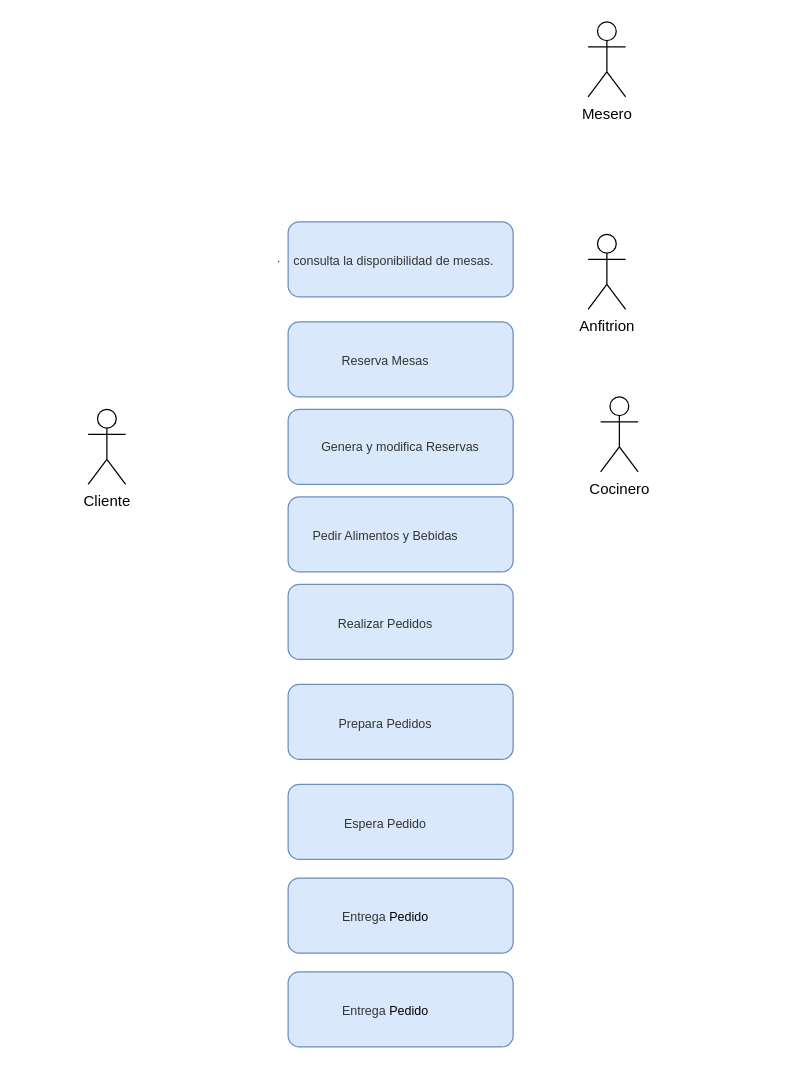
Before: Diagrama sin título.drawio in AlexAntonio29/PracticasProgramacion, a draw.io diagram. Source tidied: cells renumbered, new cells numbered last; positions are measured from the earlier drawing's top-left corner, leaving out a move shared by most shapes. Both pictures are drawn from the tidied source at 125%, with x=0, y=0 at pixel (88, 21).
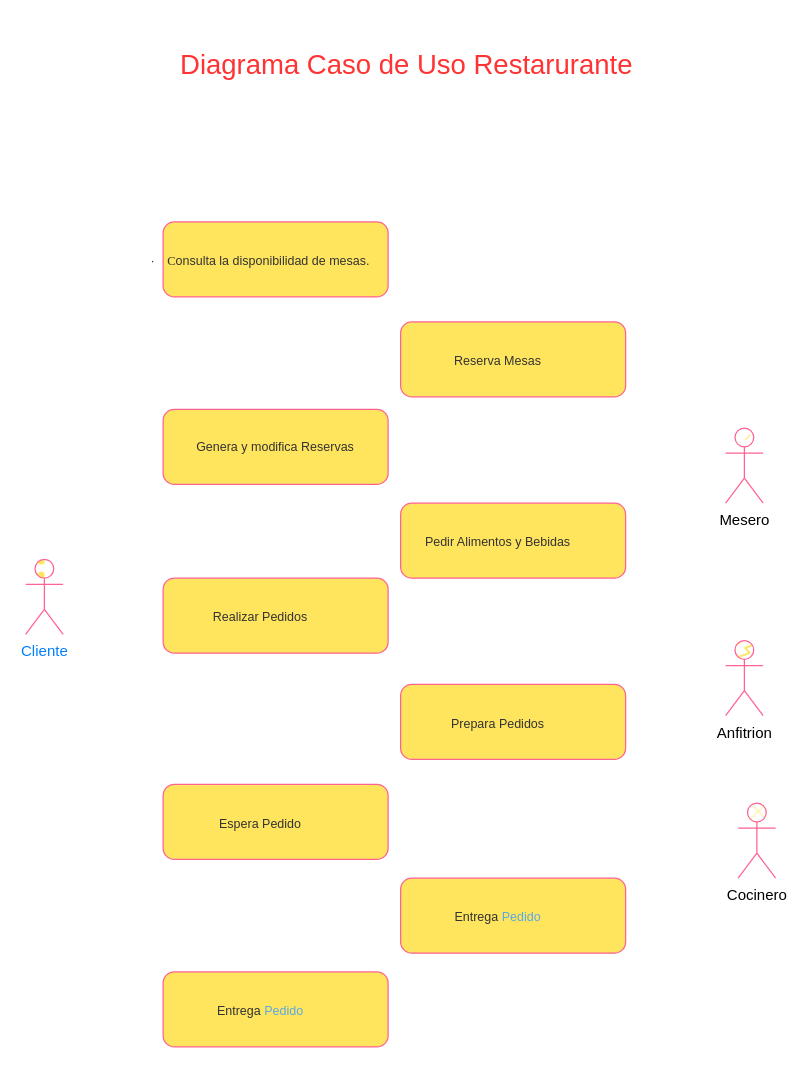
After the change.

The edit, as a diff of the source:
```diff
@@
 <mxGraphModel>
   <root>
     <mxCell id="0" />
     <mxCell id="1" parent="0" />
-    <mxCell id="2" value="Cliente" style="shape=umlActor;verticalLabelPosition=bottom;verticalAlign=top;html=1;" parent="1" vertex="1">
-      <mxGeometry y="310" width="30" height="60" as="geometry" />
+    <mxCell id="2" value="&lt;font style=&quot;color: rgb(0, 127, 255);&quot;&gt;Cliente&lt;/font&gt;" style="shape=umlActor;verticalLabelPosition=bottom;verticalAlign=top;html=1;fillColor=#FFE45E;strokeColor=#FF6392;fillStyle=dots;fontColor=#5AA9E6;labelBackgroundColor=none;" parent="1" vertex="1">
+      <mxGeometry x="-50" y="430" width="30" height="60" as="geometry" />
     </mxCell>
-    <mxCell id="3" value="Mesero" style="shape=umlActor;verticalLabelPosition=bottom;verticalAlign=top;html=1;" parent="1" vertex="1">
-      <mxGeometry x="400" width="30" height="60" as="geometry" />
+    <mxCell id="3" value="&lt;font style=&quot;color: rgb(0, 0, 0);&quot;&gt;Mesero&lt;/font&gt;" style="shape=umlActor;verticalLabelPosition=bottom;verticalAlign=top;html=1;fillColor=#FFE45E;fontColor=#5AA9E6;strokeColor=#FF6392;fillStyle=dashed;labelBackgroundColor=none;" parent="1" vertex="1">
+      <mxGeometry x="510" y="325" width="30" height="60" as="geometry" />
     </mxCell>
-    <mxCell id="4" value="Anfitrion" style="shape=umlActor;verticalLabelPosition=bottom;verticalAlign=top;html=1;" parent="1" vertex="1">
-      <mxGeometry x="400" y="170" width="30" height="60" as="geometry" />
+    <mxCell id="4" value="&lt;font style=&quot;color: rgb(0, 0, 0);&quot;&gt;Anfitrion&lt;/font&gt;" style="shape=umlActor;verticalLabelPosition=bottom;verticalAlign=top;html=1;fillColor=#FFE45E;fontColor=#5AA9E6;strokeColor=#FF6392;fillStyle=zigzag-line;labelBackgroundColor=none;" parent="1" vertex="1">
+      <mxGeometry x="510" y="495" width="30" height="60" as="geometry" />
     </mxCell>
-    <mxCell id="5" value="&lt;p style=&quot;text-indent:-18.0pt;line-height:normal;&amp;lt;br/&amp;gt;mso-list:l0 level1 lfo1&quot; class=&quot;MsoListParagraph&quot;&gt;&lt;font style=&quot;font-size: 10px; color: rgb(51, 51, 51);&quot;&gt;&lt;font style=&quot;&quot;&gt;·&lt;/font&gt;&lt;span style=&quot;font-variant-numeric: normal; font-variant-east-asian: normal; font-variant-alternates: normal; font-size-adjust: none; font-kerning: auto; font-optical-sizing: auto; font-feature-settings: normal; font-variation-settings: normal; font-variant-position: normal; font-variant-emoji: normal; font-stretch: normal; line-height: normal; font-family: &amp;quot;Times New Roman&amp;quot;;&quot;&gt;&amp;nbsp;&amp;nbsp;&amp;nbsp;&amp;nbsp;&lt;/span&gt;&lt;font style=&quot;&quot;&gt;consulta la disponibilidad de mesas.&lt;/font&gt;&lt;/font&gt;&lt;/p&gt;" style="rounded=1;whiteSpace=wrap;html=1;fillColor=#dae8fc;strokeColor=#6c8ebf;" parent="1" vertex="1">
-      <mxGeometry x="160" y="160" width="180" height="60" as="geometry" />
+    <mxCell id="5" value="&lt;p style=&quot;text-indent:-18.0pt;line-height:normal;&amp;lt;br/&amp;gt;mso-list:l0 level1 lfo1&quot; class=&quot;MsoListParagraph&quot;&gt;&lt;font style=&quot;font-size: 10px; color: rgb(51, 51, 51);&quot;&gt;&lt;font style=&quot;&quot;&gt;·&lt;/font&gt;&lt;span style=&quot;font-variant-numeric: normal; font-variant-east-asian: normal; font-variant-alternates: normal; font-size-adjust: none; font-kerning: auto; font-optical-sizing: auto; font-feature-settings: normal; font-variation-settings: normal; font-variant-position: normal; font-variant-emoji: normal; font-stretch: normal; line-height: normal; font-family: &amp;quot;Times New Roman&amp;quot;;&quot;&gt;&amp;nbsp; &amp;nbsp; C&lt;/span&gt;&lt;font style=&quot;&quot;&gt;onsulta la disponibilidad de mesas.&lt;/font&gt;&lt;/font&gt;&lt;/p&gt;" style="rounded=1;whiteSpace=wrap;html=1;fillColor=#FFE45E;strokeColor=#FF6392;labelBackgroundColor=none;fontColor=#5AA9E6;" parent="1" vertex="1">
+      <mxGeometry x="60" y="160" width="180" height="60" as="geometry" />
     </mxCell>
-    <mxCell id="6" value="&lt;p style=&quot;text-indent:-18.0pt;line-height:normal;&amp;lt;br/&amp;gt;mso-list:l0 level1 lfo1&quot; class=&quot;MsoListParagraph&quot;&gt;&lt;font color=&quot;#333333&quot;&gt;&lt;span style=&quot;font-size: 10px;&quot;&gt;Reserva Mesas&lt;/span&gt;&lt;/font&gt;&lt;/p&gt;" style="rounded=1;whiteSpace=wrap;html=1;fillStyle=solid;fillColor=#dae8fc;strokeColor=#6c8ebf;" parent="1" vertex="1">
-      <mxGeometry x="160" y="240" width="180" height="60" as="geometry" />
+    <mxCell id="6" value="&lt;p style=&quot;text-indent:-18.0pt;line-height:normal;&amp;lt;br/&amp;gt;mso-list:l0 level1 lfo1&quot; class=&quot;MsoListParagraph&quot;&gt;&lt;font color=&quot;#333333&quot;&gt;&lt;span style=&quot;font-size: 10px;&quot;&gt;Reserva Mesas&lt;/span&gt;&lt;/font&gt;&lt;/p&gt;" style="rounded=1;whiteSpace=wrap;html=1;fillStyle=solid;fillColor=#FFE45E;strokeColor=#FF6392;labelBackgroundColor=none;fontColor=#5AA9E6;" parent="1" vertex="1">
+      <mxGeometry x="250" y="240" width="180" height="60" as="geometry" />
     </mxCell>
-    <mxCell id="7" value="&lt;p style=&quot;text-indent:-18.0pt;line-height:normal;&amp;lt;br/&amp;gt;mso-list:l0 level1 lfo1&quot; class=&quot;MsoListParagraph&quot;&gt;&lt;font color=&quot;#333333&quot;&gt;&lt;span style=&quot;font-size: 10px;&quot;&gt;Pedir Alimentos y Bebidas&lt;/span&gt;&lt;/font&gt;&lt;/p&gt;" style="rounded=1;whiteSpace=wrap;html=1;fillStyle=solid;fillColor=#dae8fc;strokeColor=#6c8ebf;" parent="1" vertex="1">
-      <mxGeometry x="160" y="380" width="180" height="60" as="geometry" />
+    <mxCell id="7" value="&lt;p style=&quot;text-indent:-18.0pt;line-height:normal;&amp;lt;br/&amp;gt;mso-list:l0 level1 lfo1&quot; class=&quot;MsoListParagraph&quot;&gt;&lt;font color=&quot;#333333&quot;&gt;&lt;span style=&quot;font-size: 10px;&quot;&gt;Pedir Alimentos y Bebidas&lt;/span&gt;&lt;/font&gt;&lt;/p&gt;" style="rounded=1;whiteSpace=wrap;html=1;fillStyle=solid;fillColor=#FFE45E;strokeColor=#FF6392;labelBackgroundColor=none;fontColor=#5AA9E6;" parent="1" vertex="1">
+      <mxGeometry x="250" y="385" width="180" height="60" as="geometry" />
     </mxCell>
-    <mxCell id="8" value="&lt;font color=&quot;#333333&quot;&gt;&lt;span style=&quot;font-size: 10px;&quot;&gt;Genera y modifica Reservas&lt;/span&gt;&lt;/font&gt;" style="rounded=1;whiteSpace=wrap;html=1;fillStyle=solid;fillColor=#dae8fc;strokeColor=#6c8ebf;" parent="1" vertex="1">
-      <mxGeometry x="160" y="310" width="180" height="60" as="geometry" />
+    <mxCell id="8" value="&lt;font color=&quot;#333333&quot;&gt;&lt;span style=&quot;font-size: 10px;&quot;&gt;Genera y modifica Reservas&lt;/span&gt;&lt;/font&gt;" style="rounded=1;whiteSpace=wrap;html=1;fillStyle=solid;fillColor=#FFE45E;strokeColor=#FF6392;labelBackgroundColor=none;fontColor=#5AA9E6;" parent="1" vertex="1">
+      <mxGeometry x="60" y="310" width="180" height="60" as="geometry" />
     </mxCell>
-    <mxCell id="9" value="&lt;p style=&quot;text-indent:-18.0pt;line-height:normal;&amp;lt;br/&amp;gt;mso-list:l0 level1 lfo1&quot; class=&quot;MsoListParagraph&quot;&gt;&lt;font color=&quot;#333333&quot;&gt;&lt;span style=&quot;font-size: 10px;&quot;&gt;Realizar Pedidos&lt;/span&gt;&lt;/font&gt;&lt;/p&gt;" style="rounded=1;whiteSpace=wrap;html=1;fillStyle=solid;fillColor=#dae8fc;strokeColor=#6c8ebf;" parent="1" vertex="1">
-      <mxGeometry x="160" y="450" width="180" height="60" as="geometry" />
+    <mxCell id="9" value="&lt;p style=&quot;text-indent:-18.0pt;line-height:normal;&amp;lt;br/&amp;gt;mso-list:l0 level1 lfo1&quot; class=&quot;MsoListParagraph&quot;&gt;&lt;font color=&quot;#333333&quot;&gt;&lt;span style=&quot;font-size: 10px;&quot;&gt;Realizar Pedidos&lt;/span&gt;&lt;/font&gt;&lt;/p&gt;" style="rounded=1;whiteSpace=wrap;html=1;fillStyle=solid;fillColor=#FFE45E;strokeColor=#FF6392;labelBackgroundColor=none;fontColor=#5AA9E6;" parent="1" vertex="1">
+      <mxGeometry x="60" y="445" width="180" height="60" as="geometry" />
     </mxCell>
-    <mxCell id="10" value="&lt;p style=&quot;text-indent:-18.0pt;line-height:normal;&amp;lt;br/&amp;gt;mso-list:l0 level1 lfo1&quot; class=&quot;MsoListParagraph&quot;&gt;&lt;font color=&quot;#333333&quot;&gt;&lt;span style=&quot;font-size: 10px;&quot;&gt;Prepara Pedidos&lt;/span&gt;&lt;/font&gt;&lt;/p&gt;" style="rounded=1;whiteSpace=wrap;html=1;fillStyle=solid;fillColor=#dae8fc;strokeColor=#6c8ebf;" parent="1" vertex="1">
-      <mxGeometry x="160" y="530" width="180" height="60" as="geometry" />
+    <mxCell id="10" value="&lt;p style=&quot;text-indent:-18.0pt;line-height:normal;&amp;lt;br/&amp;gt;mso-list:l0 level1 lfo1&quot; class=&quot;MsoListParagraph&quot;&gt;&lt;font color=&quot;#333333&quot;&gt;&lt;span style=&quot;font-size: 10px;&quot;&gt;Prepara Pedidos&lt;/span&gt;&lt;/font&gt;&lt;/p&gt;" style="rounded=1;whiteSpace=wrap;html=1;fillStyle=solid;fillColor=#FFE45E;strokeColor=#FF6392;labelBackgroundColor=none;fontColor=#5AA9E6;" parent="1" vertex="1">
+      <mxGeometry x="250" y="530" width="180" height="60" as="geometry" />
     </mxCell>
-    <mxCell id="11" value="Cocinero" style="shape=umlActor;verticalLabelPosition=bottom;verticalAlign=top;html=1;" parent="1" vertex="1">
-      <mxGeometry x="410" y="300" width="30" height="60" as="geometry" />
+    <mxCell id="11" value="&lt;font style=&quot;color: rgb(0, 0, 0);&quot;&gt;Cocinero&lt;/font&gt;" style="shape=umlActor;verticalLabelPosition=bottom;verticalAlign=top;html=1;fillStyle=cross-hatch;fillColor=#FFE45E;fontColor=#5AA9E6;strokeColor=#FF6392;labelBackgroundColor=none;" parent="1" vertex="1">
+      <mxGeometry x="520" y="625" width="30" height="60" as="geometry" />
     </mxCell>
-    <mxCell id="12" value="&lt;p style=&quot;text-indent:-18.0pt;line-height:normal;&amp;lt;br/&amp;gt;mso-list:l0 level1 lfo1&quot; class=&quot;MsoListParagraph&quot;&gt;&lt;font color=&quot;#333333&quot;&gt;&lt;span style=&quot;font-size: 10px;&quot;&gt;Espera Pedido&lt;/span&gt;&lt;/font&gt;&lt;/p&gt;" style="rounded=1;whiteSpace=wrap;html=1;fillStyle=solid;fillColor=#dae8fc;strokeColor=#6c8ebf;" parent="1" vertex="1">
-      <mxGeometry x="160" y="610" width="180" height="60" as="geometry" />
+    <mxCell id="12" value="&lt;p style=&quot;text-indent:-18.0pt;line-height:normal;&amp;lt;br/&amp;gt;mso-list:l0 level1 lfo1&quot; class=&quot;MsoListParagraph&quot;&gt;&lt;font color=&quot;#333333&quot;&gt;&lt;span style=&quot;font-size: 10px;&quot;&gt;Espera Pedido&lt;/span&gt;&lt;/font&gt;&lt;/p&gt;" style="rounded=1;whiteSpace=wrap;html=1;fillStyle=solid;fillColor=#FFE45E;strokeColor=#FF6392;labelBackgroundColor=none;fontColor=#5AA9E6;" parent="1" vertex="1">
+      <mxGeometry x="60" y="610" width="180" height="60" as="geometry" />
     </mxCell>
-    <mxCell id="13" value="&lt;p style=&quot;text-indent:-18.0pt;line-height:normal;&amp;lt;br/&amp;gt;mso-list:l0 level1 lfo1&quot; class=&quot;MsoListParagraph&quot;&gt;&lt;font color=&quot;#333333&quot;&gt;&lt;span style=&quot;font-size: 10px;&quot;&gt;Entrega&amp;nbsp;&lt;/span&gt;&lt;/font&gt;&lt;font style=&quot;text-indent: -18pt; background-color: transparent;&quot;&gt;&lt;span style=&quot;font-size: 10px;&quot;&gt;Pedido&lt;/span&gt;&lt;/font&gt;&lt;/p&gt;" style="rounded=1;whiteSpace=wrap;html=1;fillStyle=solid;fillColor=#dae8fc;strokeColor=#6c8ebf;" parent="1" vertex="1">
-      <mxGeometry x="160" y="685" width="180" height="60" as="geometry" />
+    <mxCell id="13" value="&lt;p style=&quot;text-indent:-18.0pt;line-height:normal;&amp;lt;br/&amp;gt;mso-list:l0 level1 lfo1&quot; class=&quot;MsoListParagraph&quot;&gt;&lt;font color=&quot;#333333&quot;&gt;&lt;span style=&quot;font-size: 10px;&quot;&gt;Entrega&amp;nbsp;&lt;/span&gt;&lt;/font&gt;&lt;font style=&quot;text-indent: -18pt; background-color: transparent;&quot;&gt;&lt;span style=&quot;font-size: 10px;&quot;&gt;Pedido&lt;/span&gt;&lt;/font&gt;&lt;/p&gt;" style="rounded=1;whiteSpace=wrap;html=1;fillStyle=solid;fillColor=#FFE45E;strokeColor=#FF6392;labelBackgroundColor=none;fontColor=#5AA9E6;" parent="1" vertex="1">
+      <mxGeometry x="250" y="685" width="180" height="60" as="geometry" />
     </mxCell>
-    <mxCell id="14" value="&lt;p style=&quot;text-indent:-18.0pt;line-height:normal;&amp;lt;br/&amp;gt;mso-list:l0 level1 lfo1&quot; class=&quot;MsoListParagraph&quot;&gt;&lt;font color=&quot;#333333&quot;&gt;&lt;span style=&quot;font-size: 10px;&quot;&gt;Entrega&amp;nbsp;&lt;/span&gt;&lt;/font&gt;&lt;font style=&quot;text-indent: -18pt; background-color: transparent;&quot;&gt;&lt;span style=&quot;font-size: 10px;&quot;&gt;Pedido&lt;/span&gt;&lt;/font&gt;&lt;/p&gt;" style="rounded=1;whiteSpace=wrap;html=1;fillStyle=solid;fillColor=#dae8fc;strokeColor=#6c8ebf;" parent="1" vertex="1">
-      <mxGeometry x="160" y="760" width="180" height="60" as="geometry" />
+    <mxCell id="14" value="&lt;p style=&quot;text-indent:-18.0pt;line-height:normal;&amp;lt;br/&amp;gt;mso-list:l0 level1 lfo1&quot; class=&quot;MsoListParagraph&quot;&gt;&lt;font color=&quot;#333333&quot;&gt;&lt;span style=&quot;font-size: 10px;&quot;&gt;Entrega&amp;nbsp;&lt;/span&gt;&lt;/font&gt;&lt;font style=&quot;text-indent: -18pt; background-color: transparent;&quot;&gt;&lt;span style=&quot;font-size: 10px;&quot;&gt;Pedido&lt;/span&gt;&lt;/font&gt;&lt;/p&gt;" style="rounded=1;whiteSpace=wrap;html=1;fillStyle=solid;fillColor=#FFE45E;strokeColor=#FF6392;labelBackgroundColor=none;fontColor=#5AA9E6;" parent="1" vertex="1">
+      <mxGeometry x="60" y="760" width="180" height="60" as="geometry" />
     </mxCell>
+    <mxCell id="15" value="&lt;font style=&quot;font-size: 22px; color: rgb(255, 51, 51);&quot;&gt;Diagrama Caso de Uso Restarurante&lt;/font&gt;" style="text;strokeColor=none;align=center;fillColor=none;html=1;verticalAlign=middle;whiteSpace=wrap;rounded=0;labelBackgroundColor=none;fontColor=#5AA9E6;" parent="1" vertex="1">
+      <mxGeometry x="40" y="20" width="430" height="30" as="geometry" />
+    </mxCell>
   </root>
 </mxGraphModel>
```
